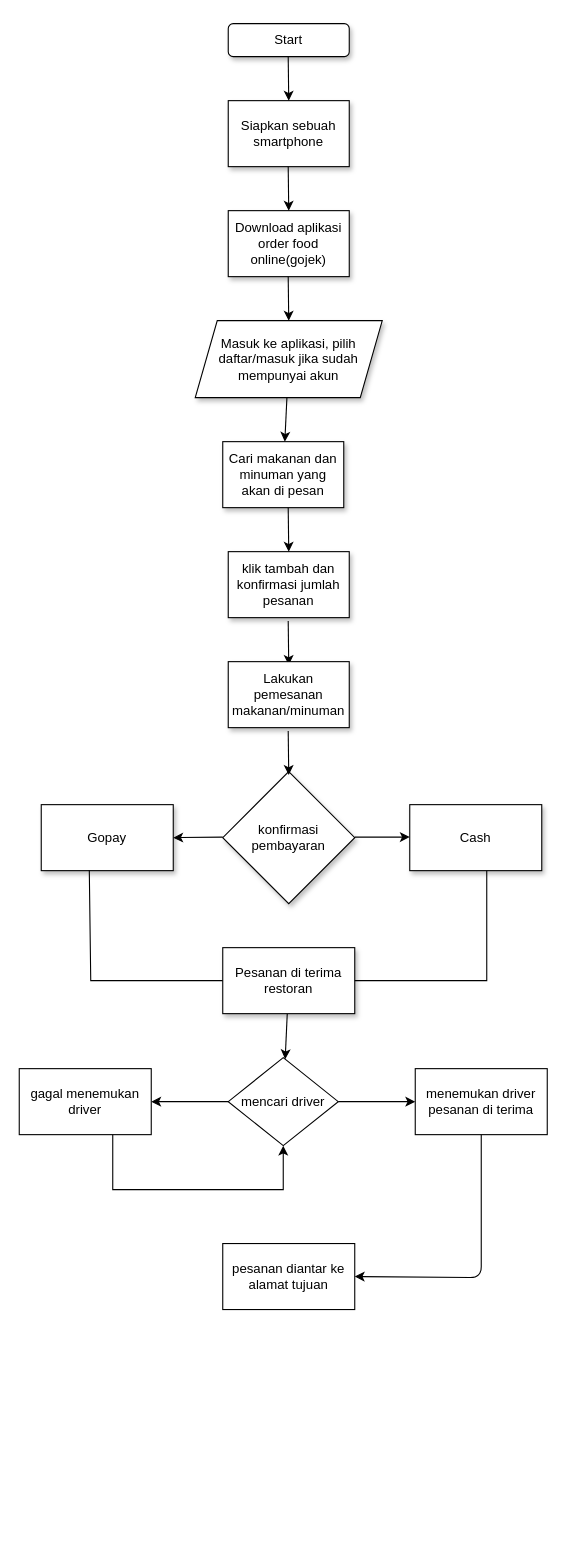
This is flowchart.drawio from sintanurpila3/sinta_nurpila-order_food_online.app, a draw.io file, before an edit. Source tidied: cells renumbered, new cells numbered last; positions are measured from the earlier drawing's top-left corner, leaving out a move shared by most shapes. Both pictures are drawn from the tidied source at 110%, with x=0, y=0 at pixel (19, 23).
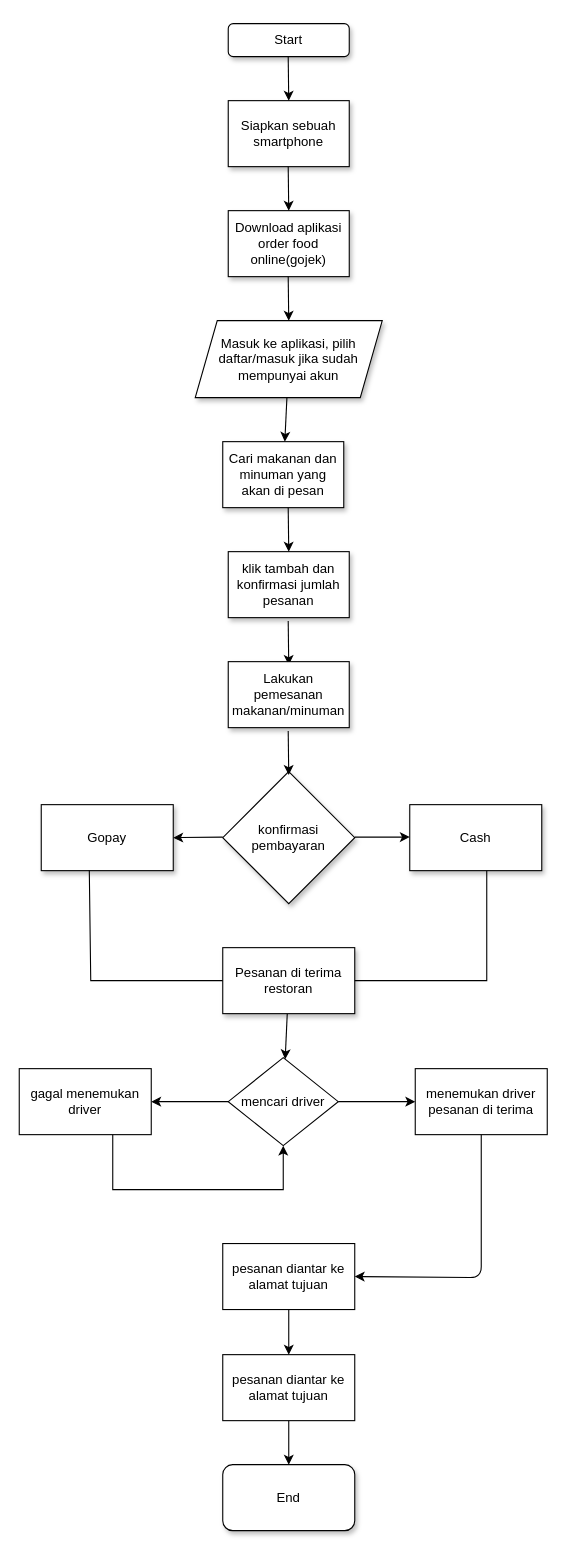
After the change.

Commit message:
feat:pesanan selesai

The change refers to these unchanged cells:
```xml
<mxCell id="31" value="pesanan diantar ke alamat tujuan" style="whiteSpace=wrap;html=1;" parent="1" vertex="1">
  <mxGeometry x="185" y="1109" width="120" height="60" as="geometry" />
</mxCell>
```

The edit, as a diff of the source:
```diff
@@
+    <mxCell id="33" style="edgeStyle=none;html=1;" parent="1" edge="1" source="31" target="35">
+      <mxGeometry relative="1" as="geometry" />
+    </mxCell>
@@
+    <mxCell id="34" style="edgeStyle=none;html=1;" parent="1" edge="1" source="35" target="36">
+      <mxGeometry relative="1" as="geometry" />
+    </mxCell>
+    <mxCell id="35" value="pesanan diantar ke alamat tujuan" style="whiteSpace=wrap;html=1;" parent="1" vertex="1">
+      <mxGeometry x="185" y="1210" width="120" height="60" as="geometry" />
+    </mxCell>
+    <mxCell id="36" value="End" style="rounded=1;whiteSpace=wrap;html=1;shadow=1;" parent="1" vertex="1">
+      <mxGeometry x="185" y="1310" width="120" height="60" as="geometry" />
+    </mxCell>
```
